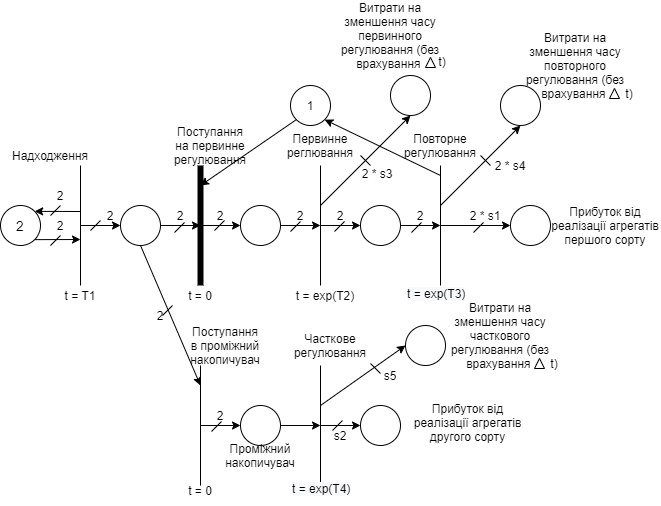
Above: course work schema.png in ojdmytruk/SystemModeling_sem7 (draw.io), before the change. Source tidied: cells renumbered, new cells last; positions are measured from the earlier drawing's top-left corner, leaving out a move shared by most shapes.
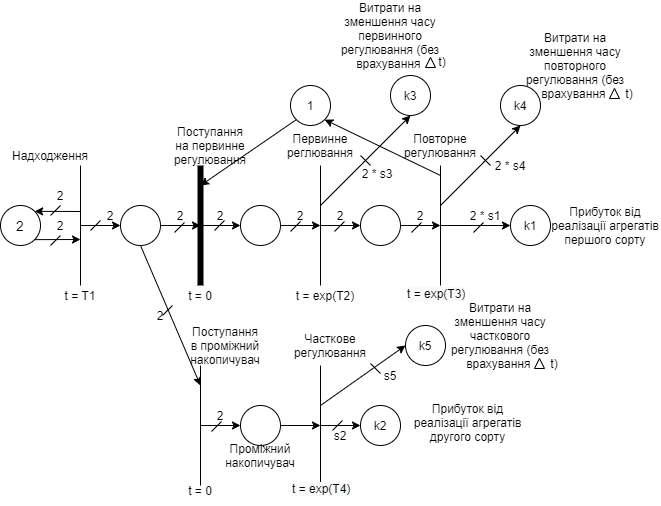
Later version of the same file.

Change to the diagram source:
```diff
@@ -106,7 +106,7 @@
         <mxPoint x="440" y="200" as="targetPoint" />
       </mxGeometry>
     </mxCell>
-    <mxCell id="23" style="ellipse;whiteSpace=wrap;html=1;" parent="1" vertex="1">
+    <mxCell id="23" value="k1" style="ellipse;whiteSpace=wrap;html=1;" parent="1" vertex="1">
       <mxGeometry x="510" y="180" width="40" height="40" as="geometry" />
     </mxCell>
     <mxCell id="24" style="endArrow=classic;html=1;entryX=0;entryY=0.5;entryDx=0;entryDy=0;" parent="1" edge="1" target="23">
@@ -145,7 +145,7 @@
         <mxPoint x="360" y="400" as="targetPoint" />
       </mxGeometry>
     </mxCell>
-    <mxCell id="31" style="ellipse;whiteSpace=wrap;html=1;" parent="1" vertex="1">
+    <mxCell id="31" value="k2" style="ellipse;whiteSpace=wrap;html=1;" parent="1" vertex="1">
       <mxGeometry x="360" y="380" width="40" height="40" as="geometry" />
     </mxCell>
     <mxCell id="32" style="endArrow=none;html=1;" parent="1" edge="1">
@@ -288,13 +288,13 @@
     <mxCell id="68" value="&lt;span style=&quot;color: rgb(0 , 0 , 0) ; font-family: &amp;#34;helvetica&amp;#34; ; font-size: 12px ; font-style: normal ; font-weight: 400 ; letter-spacing: normal ; text-align: center ; text-indent: 0px ; text-transform: none ; word-spacing: 0px ; background-color: rgb(248 , 249 , 250) ; display: inline ; float: none&quot;&gt;t = exp(T4)&lt;/span&gt;" style="text;whiteSpace=wrap;html=1;" parent="1" vertex="1">
       <mxGeometry x="290" y="450" width="80" height="30" as="geometry" />
     </mxCell>
-    <mxCell id="69" style="ellipse;whiteSpace=wrap;html=1;" parent="1" vertex="1">
+    <mxCell id="69" value="k4" style="ellipse;whiteSpace=wrap;html=1;" parent="1" vertex="1">
       <mxGeometry x="500" y="60" width="40" height="40" as="geometry" />
     </mxCell>
     <mxCell id="70" style="endArrow=classic;html=1;entryX=0.5;entryY=1;entryDx=0;entryDy=0;exitX=0;exitY=0;exitDx=0;exitDy=0;exitPerimeter=0;" parent="1" edge="1" source="50" target="69">
       <mxGeometry relative="1" as="geometry" />
     </mxCell>
-    <mxCell id="71" style="ellipse;whiteSpace=wrap;html=1;" parent="1" vertex="1">
+    <mxCell id="71" value="k5" style="ellipse;whiteSpace=wrap;html=1;" parent="1" vertex="1">
       <mxGeometry x="405" y="300" width="40" height="40" as="geometry" />
     </mxCell>
     <mxCell id="72" style="endArrow=classic;html=1;entryX=0;entryY=0.5;entryDx=0;entryDy=0;" parent="1" edge="1" target="71">
@@ -356,7 +356,7 @@
     <mxCell id="87" value="s2" style="text;html=1;strokeColor=none;fillColor=none;align=center;verticalAlign=middle;whiteSpace=wrap;rounded=0;" parent="1" vertex="1">
       <mxGeometry x="320" y="400" width="40" height="20" as="geometry" />
     </mxCell>
-    <mxCell id="88" style="ellipse;whiteSpace=wrap;html=1;" parent="1" vertex="1">
+    <mxCell id="88" value="k3" style="ellipse;whiteSpace=wrap;html=1;" parent="1" vertex="1">
       <mxGeometry x="390" y="50" width="40" height="40" as="geometry" />
     </mxCell>
     <mxCell id="89" style="endArrow=classic;html=1;entryX=0.5;entryY=1;entryDx=0;entryDy=0;exitX=0;exitY=0;exitDx=0;exitDy=0;" parent="1" edge="1" target="88">
```
